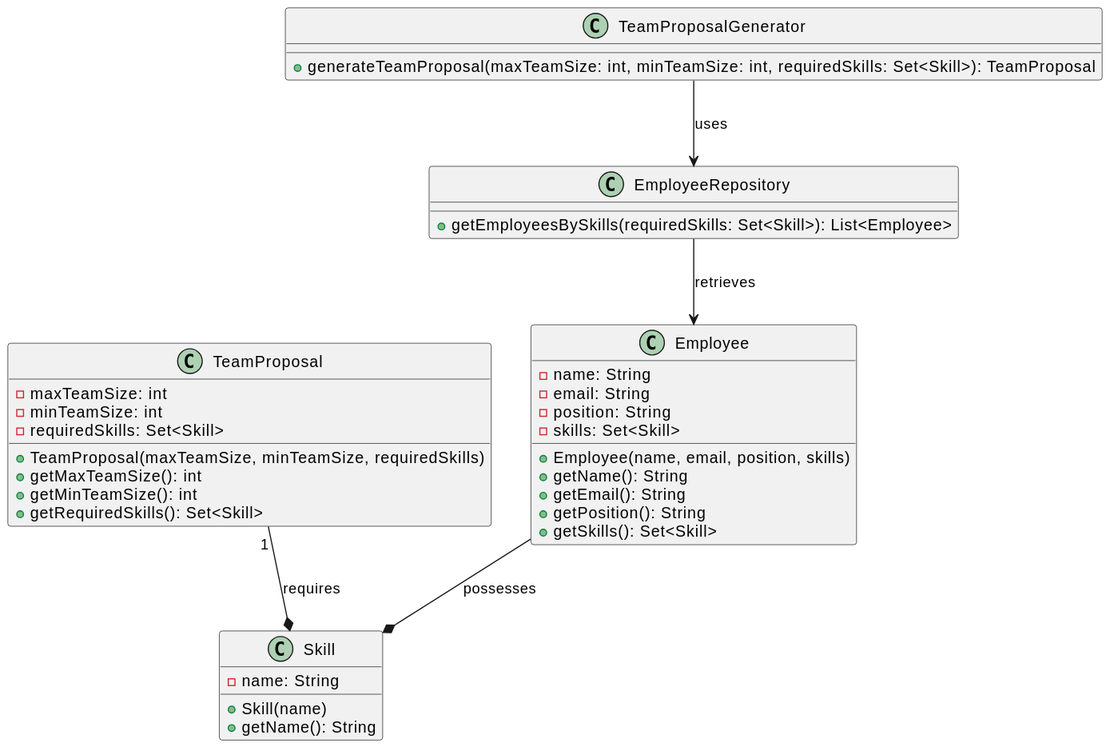
The PlantUML diagram docs/sprintA/us005/03.design/svg/us005-class-diagram.svg in Departamento-de-Engenharia-Informatica/greenspace-management, before a commit. Source of this version:
```plantuml
@startuml
skinparam packageStyle rectangle
skinparam shadowing false
skinparam linetype polyline

class Employee {
    - name: String
    - email: String
    - position: String
    - skills: Set<Skill>
    + Employee(name, email, position, skills)
    + getName(): String
    + getEmail(): String
    + getPosition(): String
    + getSkills(): Set<Skill>
}

class Skill {
    - name: String
    + Skill(name)
    + getName(): String
}

class TeamProposal {
    - maxTeamSize: int
    - minTeamSize: int
    - requiredSkills: Set<Skill>
    + TeamProposal(maxTeamSize, minTeamSize, requiredSkills)
    + getMaxTeamSize(): int
    + getMinTeamSize(): int
    + getRequiredSkills(): Set<Skill>
}

class EmployeeRepository {
    + getEmployeesBySkills(requiredSkills: Set<Skill>): List<Employee>
}

class TeamProposalGenerator {
    + generateTeamProposal(maxTeamSize: int, minTeamSize: int, requiredSkills: Set<Skill>): TeamProposal
}

Employee --* Skill : possesses
TeamProposal "1" --* Skill : requires
EmployeeRepository --> Employee : retrieves
TeamProposalGenerator --> EmployeeRepository : uses
@enduml
```
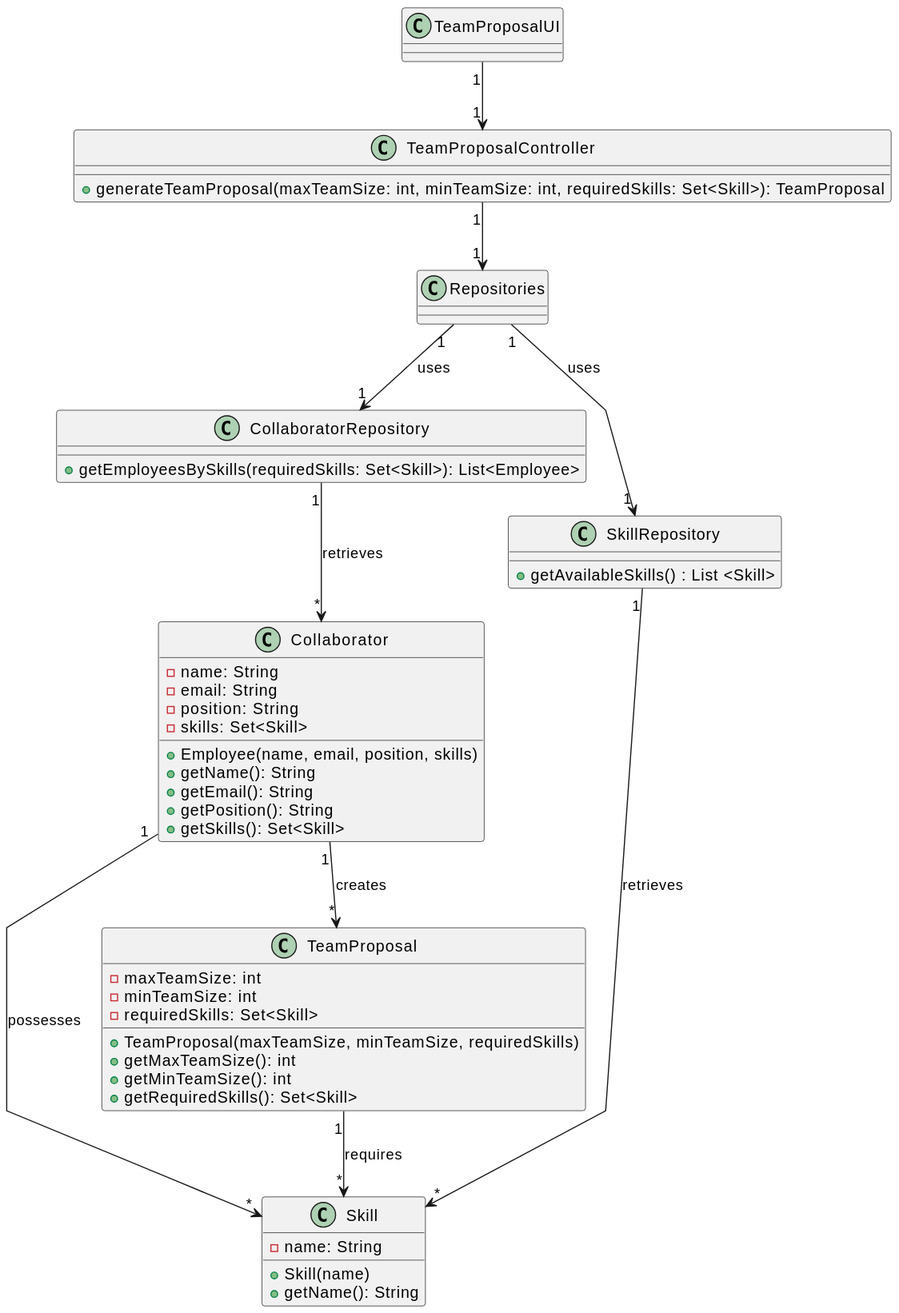
Later version of the same file.

Commit message:
class diagram US05 DONE

Diff of the diagram source:
```diff
@@ -3,7 +3,7 @@
 skinparam shadowing false
 skinparam linetype polyline
 
-class Employee {
+class Collaborator {
     - name: String
     - email: String
     - position: String
@@ -21,6 +21,10 @@
     + getName(): String
 }
 
+class Repositories{
+}
+
+
 class TeamProposal {
     - maxTeamSize: int
     - minTeamSize: int
@@ -31,16 +35,27 @@
     + getRequiredSkills(): Set<Skill>
 }
 
-class EmployeeRepository {
+class CollaboratorRepository {
     + getEmployeesBySkills(requiredSkills: Set<Skill>): List<Employee>
 }
 
-class TeamProposalGenerator {
+class TeamProposalController {
     + generateTeamProposal(maxTeamSize: int, minTeamSize: int, requiredSkills: Set<Skill>): TeamProposal
 }
+class SkillRepository{
+    + getAvailableSkills() : List <Skill>
+}
 
-Employee --* Skill : possesses
-TeamProposal "1" --* Skill : requires
-EmployeeRepository --> Employee : retrieves
-TeamProposalGenerator --> EmployeeRepository : uses
+class TeamProposalUI{
+}
+
+Collaborator "1" --> "*" TeamProposal : creates
+SkillRepository "1" --> "*" Skill : retrieves
+Repositories "1" --> "1" SkillRepository : uses
+TeamProposalUI "1" --> "1" TeamProposalController
+TeamProposalController "1" --> "1" Repositories
+Collaborator "1" --> "*" Skill : possesses
+TeamProposal "1" --> "*" Skill : requires
+CollaboratorRepository "1" --> "*" Collaborator : retrieves
+Repositories "1" --> "1" CollaboratorRepository : uses
 @enduml
```
